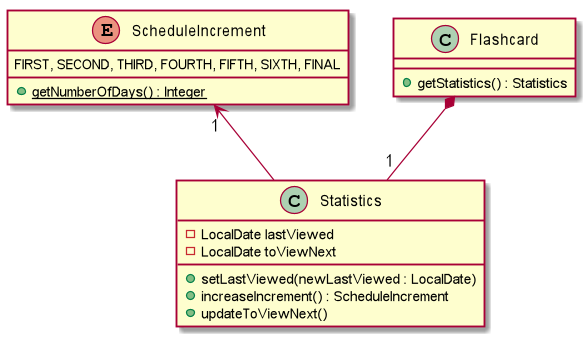
Above: images/remindDiagrams/RemindFeatureRelevantClassDiagram.png in AY1920S1-CS2103T-W13-3/StudyBuddyPro (PlantUML), before the change.
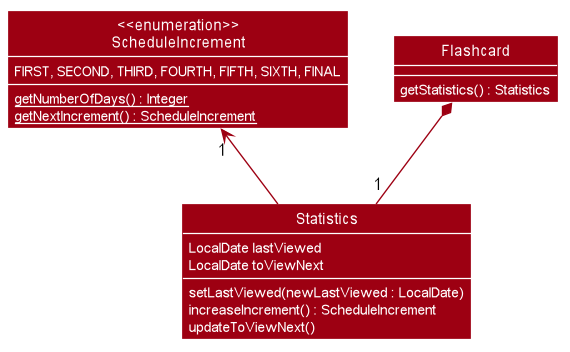
After the change.

What changed in the source:
```diff
@@ -1,23 +1,74 @@
 @startuml
 
-ScheduleIncrement "1"<-up- Statistics
+
+
+
+
+
+
+
+skinparam BackgroundColor #FFFFFFF
+
+skinparam Shadowing false
+
+skinparam Class {
+    FontColor #FFFFFF
+    BorderThickness 1
+    BorderColor #FFFFFF
+    StereotypeFontColor #FFFFFF
+    FontName Arial
+}
+
+skinparam Actor {
+    BorderColor #000000
+    Color #000000
+    FontName Arial
+}
+
+skinparam Sequence {
+    MessageAlign center
+    BoxFontSize 15
+    BoxPadding 0
+    BoxFontColor #FFFFFF
+    FontName Arial
+}
+
+skinparam Participant {
+    FontColor #FFFFFFF
+    Padding 20
+}
+
+skinparam MinClassWidth 50
+skinparam ParticipantPadding 10
+skinparam Shadowing false
+skinparam DefaultTextAlignment center
+skinparam packageStyle Rectangle
+
+hide footbox
+hide circle
+skinparam arrowThickness 1.1
+skinparam arrowColor #9D0012
+skinparam classBackgroundColor #9D0012
+
+"<<enumeration>>\nScheduleIncrement" "1"<-up- Statistics
 Flashcard *-down- "1" Statistics
 
 class Flashcard {
-+getStatistics() : Statistics
+<color:#FFFFFF>getStatistics() : Statistics
 }
 
 class Statistics {
--LocalDate lastViewed
--LocalDate toViewNext
-+setLastViewed(newLastViewed : LocalDate)
-+increaseIncrement() : ScheduleIncrement
-+updateToViewNext()
+<color:#FFFFFF>LocalDate lastViewed
+<color:#FFFFFF>LocalDate toViewNext
+<color:#FFFFFF>setLastViewed(newLastViewed : LocalDate)
+<color:#FFFFFF>increaseIncrement() : ScheduleIncrement
+<color:#FFFFFF>updateToViewNext()
 }
 
-enum ScheduleIncrement {
-FIRST, SECOND, THIRD, FOURTH, FIFTH, SIXTH, FINAL
-+<u>getNumberOfDays() : Integer
+enum "<<enumeration>>\nScheduleIncrement" {
+<color:#FFFFFF>FIRST, SECOND, THIRD, FOURTH, FIFTH, SIXTH, FINAL
+<u><color:#FFFFFF>getNumberOfDays() : Integer
+<u><color:#FFFFFF>getNextIncrement() : ScheduleIncrement
 }
 
 @enduml
```
